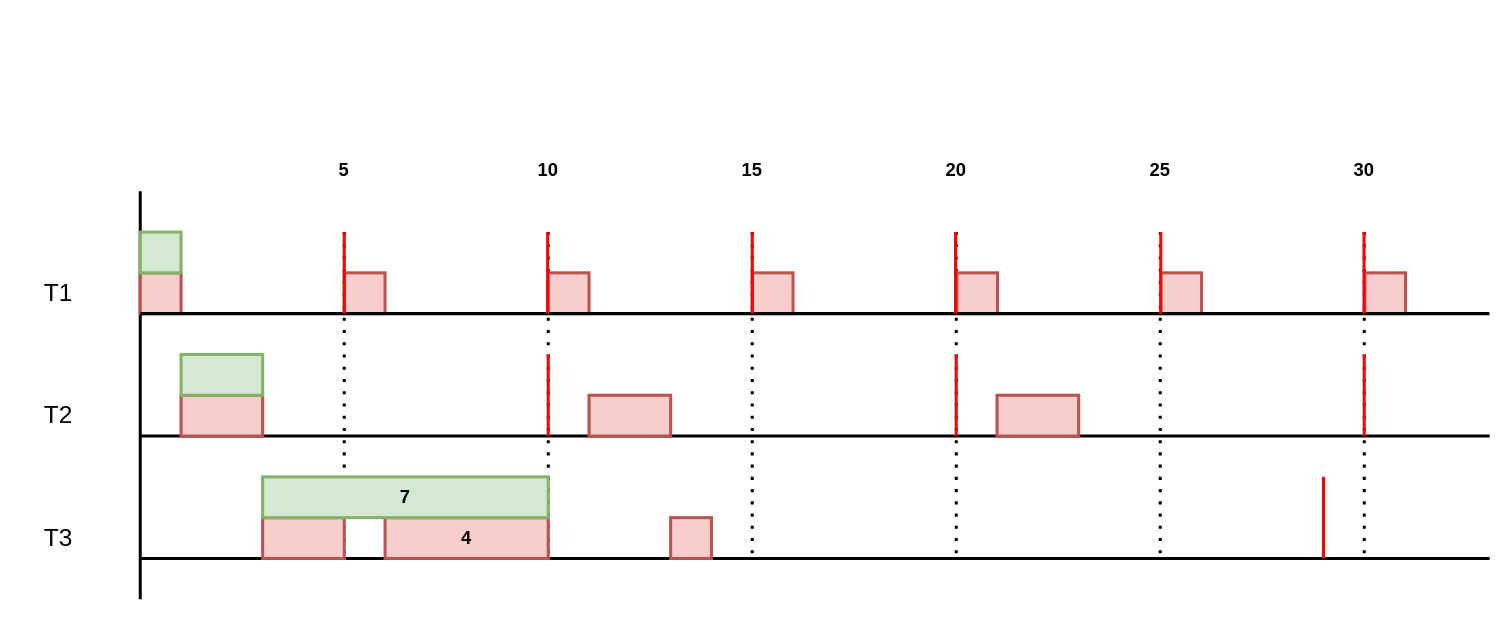
Before: page "td1_ex1_c" (1 of 7) of TPs_scheduling/diagrammes.drawio in FlorianLatapie/PNS-SI4-S8_Capteurs_actionneurs_-_IA, a draw.io diagram. Source tidied: cells renumbered, new cells numbered last; positions are measured from the earlier drawing's top-left corner, leaving out a move shared by most shapes. Both pictures are drawn from the tidied source at 102%, with x=0, y=0 at pixel (17, 150).
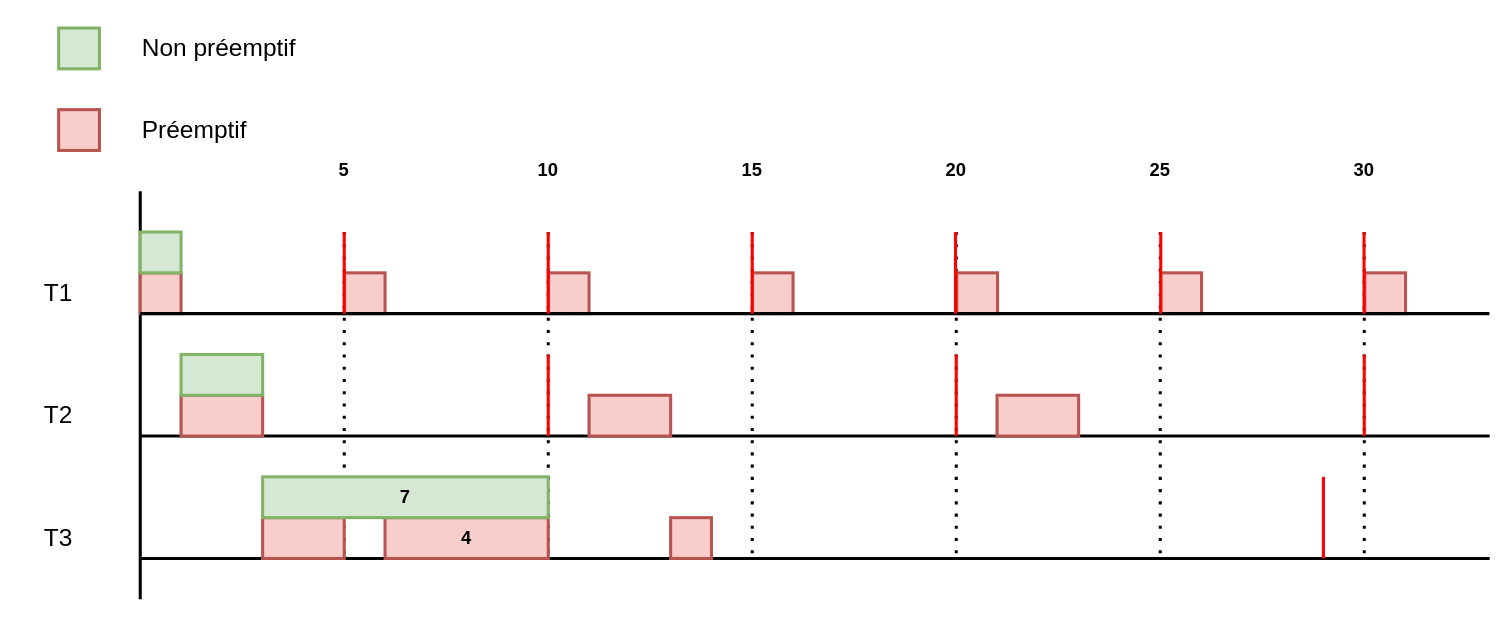
Above is the later version.

What changed in the source:
```diff
@@
     <mxCell id="33" style="endArrow=none;html=1;rounded=0;strokeWidth=3;fillColor=#f8cecc;strokeColor=#FF0000;" parent="1" edge="1">
       <mxGeometry relative="1" as="geometry">
-        <mxPoint x="519.4" y="160" as="sourcePoint" />
-        <mxPoint x="519.4" y="80" as="targetPoint" />
+        <mxPoint x="520" y="160" as="sourcePoint" />
+        <mxPoint x="520" y="80" as="targetPoint" />
       </mxGeometry>
     </mxCell>
@@
+    <mxCell id="47" style="rounded=0;whiteSpace=wrap;html=1;strokeWidth=3;fillColor=#d5e8d4;strokeColor=#82b366;" parent="1" vertex="1">
+      <mxGeometry x="40" y="-120" width="40" height="40" as="geometry" />
+    </mxCell>
+    <mxCell id="48" style="rounded=0;whiteSpace=wrap;html=1;strokeWidth=3;fillColor=#f8cecc;strokeColor=#b85450;" parent="1" vertex="1">
+      <mxGeometry x="40" y="-40" width="40" height="40" as="geometry" />
+    </mxCell>
+    <mxCell id="49" value="&lt;h1&gt;&lt;span style=&quot;font-weight: normal;&quot;&gt;Non préemptif&lt;/span&gt;&lt;/h1&gt;" style="text;html=1;strokeColor=none;fillColor=none;align=left;verticalAlign=middle;whiteSpace=wrap;rounded=0;" parent="1" vertex="1">
+      <mxGeometry x="120" y="-120" width="160" height="40" as="geometry" />
+    </mxCell>
+    <mxCell id="50" value="&lt;h1&gt;&lt;span style=&quot;font-weight: normal;&quot;&gt;Préemptif&lt;/span&gt;&lt;/h1&gt;" style="text;html=1;strokeColor=none;fillColor=none;align=left;verticalAlign=middle;whiteSpace=wrap;rounded=0;" parent="1" vertex="1">
+      <mxGeometry x="120" y="-40" width="160" height="40" as="geometry" />
+    </mxCell>
```
